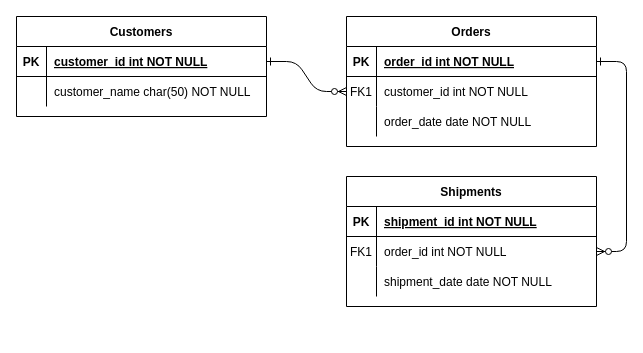
Above: Untitled Diagram.drawio in Daarmom/library-management-system-python (draw.io), before the change. Source tidied: cells renumbered, new cells numbered last; positions are measured from the earlier drawing's top-left corner, leaving out a move shared by most shapes. Both pictures are drawn from the tidied source at 100%, with x=0, y=0 at pixel (16, 16).
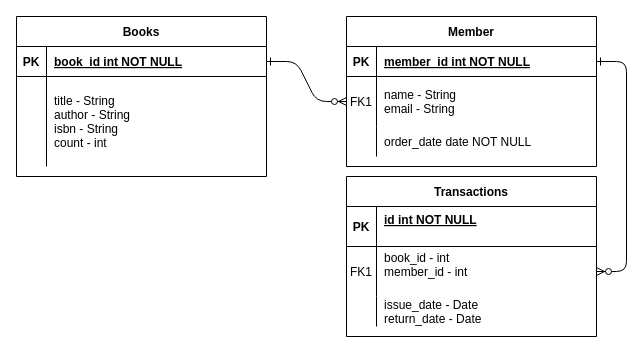
After the change.

Unchanged cells that the change refers to:
```xml
<mxCell id="5" style="shape=partialRectangle;fillColor=none;points=[[0,0.5],[1,0.5]];portConstraint=eastwest;top=0;left=0;right=0;bottom=1;" parent="4" vertex="1">
  <mxGeometry y="30" width="250" height="30" as="geometry" />
</mxCell>
<mxCell id="25" style="shape=partialRectangle;fillColor=none;points=[[0,0.5],[1,0.5]];portConstraint=eastwest;top=0;left=0;right=0;bottom=1;" parent="24" vertex="1">
  <mxGeometry y="30" width="250" height="30" as="geometry" />
</mxCell>
```

What changed in the source:
```diff
@@
-    <mxCell id="4" value="Orders" style="shape=table;startSize=30;childLayout=tableLayout;rowLines=0;fontStyle=1;align=center;" parent="1" vertex="1">
-      <mxGeometry x="330" width="250" height="130" as="geometry" />
+    <mxCell id="4" value="Member" style="shape=table;startSize=30;childLayout=tableLayout;rowLines=0;fontStyle=1;align=center;" parent="1" vertex="1">
+      <mxGeometry x="330" width="250" height="150" as="geometry" />
     </mxCell>
@@
-    <mxCell id="7" value="order_id int NOT NULL " style="shape=partialRectangle;overflow=hidden;fillColor=none;top=0;left=0;bottom=0;right=0;align=left;spacingLeft=6;fontStyle=5;" parent="5" vertex="1">
+    <mxCell id="7" value="member_id int NOT NULL " style="shape=partialRectangle;overflow=hidden;fillColor=none;top=0;left=0;bottom=0;right=0;align=left;spacingLeft=6;fontStyle=5;" parent="5" vertex="1">
       <mxGeometry x="30" width="220" height="30" as="geometry" />
     </mxCell>
     <mxCell id="8" style="shape=partialRectangle;fillColor=none;points=[[0,0.5],[1,0.5]];portConstraint=eastwest;top=0;left=0;right=0;bottom=0;" parent="4" vertex="1">
-      <mxGeometry y="60" width="250" height="30" as="geometry" />
+      <mxGeometry y="60" width="250" height="50" as="geometry" />
     </mxCell>
     <mxCell id="9" value="FK1" style="shape=partialRectangle;overflow=hidden;fillColor=none;top=0;left=0;bottom=0;right=0;" parent="8" vertex="1">
-      <mxGeometry width="30" height="30" as="geometry" />
+      <mxGeometry width="30" height="50" as="geometry" />
     </mxCell>
-    <mxCell id="10" value="customer_id int NOT NULL" style="shape=partialRectangle;overflow=hidden;fillColor=none;top=0;left=0;bottom=0;right=0;align=left;spacingLeft=6;" parent="8" vertex="1">
-      <mxGeometry x="30" width="220" height="30" as="geometry" />
+    <mxCell id="10" value="name - String&#10;email - String" style="shape=partialRectangle;overflow=hidden;fillColor=none;top=0;left=0;bottom=0;right=0;align=left;spacingLeft=6;" parent="8" vertex="1">
+      <mxGeometry x="30" width="220" height="50" as="geometry" />
     </mxCell>
     <mxCell id="11" style="shape=partialRectangle;fillColor=none;top=0;left=0;right=0;bottom=0;" parent="4" vertex="1">
-      <mxGeometry y="90" width="250" height="30" as="geometry" />
+      <mxGeometry y="110" width="250" height="30" as="geometry" />
     </mxCell>
@@
-    <mxCell id="14" value="Shipments" style="shape=table;startSize=30;childLayout=tableLayout;rowLines=0;fontStyle=1;align=center;" parent="1" vertex="1">
-      <mxGeometry x="330" y="160" width="250" height="130" as="geometry" />
+    <mxCell id="14" value="Transactions" style="shape=table;startSize=30;childLayout=tableLayout;rowLines=0;fontStyle=1;align=center;" parent="1" vertex="1">
+      <mxGeometry x="330" y="160" width="250" height="160" as="geometry" />
     </mxCell>
     <mxCell id="15" style="shape=partialRectangle;fillColor=none;top=0;left=0;right=0;bottom=1;" parent="14" vertex="1">
-      <mxGeometry y="30" width="250" height="30" as="geometry" />
+      <mxGeometry y="30" width="250" height="40" as="geometry" />
     </mxCell>
     <mxCell id="16" value="PK" style="shape=partialRectangle;overflow=hidden;fillColor=none;top=0;left=0;bottom=0;right=0;fontStyle=1;" parent="15" vertex="1">
-      <mxGeometry width="30" height="30" as="geometry" />
+      <mxGeometry width="30" height="40" as="geometry" />
     </mxCell>
-    <mxCell id="17" value="shipment_id int NOT NULL " style="shape=partialRectangle;overflow=hidden;fillColor=none;top=0;left=0;bottom=0;right=0;align=left;spacingLeft=6;fontStyle=5;" parent="15" vertex="1">
-      <mxGeometry x="30" width="220" height="30" as="geometry" />
+    <mxCell id="17" value="id int NOT NULL&#10;" style="shape=partialRectangle;overflow=hidden;fillColor=none;top=0;left=0;bottom=0;right=0;align=left;spacingLeft=6;fontStyle=5;" parent="15" vertex="1">
+      <mxGeometry x="30" width="220" height="40" as="geometry" />
     </mxCell>
     <mxCell id="18" style="shape=partialRectangle;fillColor=none;points=[[0,0.5],[1,0.5]];portConstraint=eastwest;top=0;left=0;right=0;bottom=0;" parent="14" vertex="1">
-      <mxGeometry y="60" width="250" height="30" as="geometry" />
+      <mxGeometry y="70" width="250" height="50" as="geometry" />
     </mxCell>
     <mxCell id="19" value="FK1" style="shape=partialRectangle;overflow=hidden;fillColor=none;top=0;left=0;bottom=0;right=0;" parent="18" vertex="1">
-      <mxGeometry width="30" height="30" as="geometry" />
+      <mxGeometry width="30" height="50" as="geometry" />
     </mxCell>
-    <mxCell id="20" value="order_id int NOT NULL" style="shape=partialRectangle;overflow=hidden;fillColor=none;top=0;left=0;bottom=0;right=0;align=left;spacingLeft=6;" parent="18" vertex="1">
-      <mxGeometry x="30" width="220" height="30" as="geometry" />
+    <mxCell id="20" value="book_id - int&#10;member_id - int&#10;" style="shape=partialRectangle;overflow=hidden;fillColor=none;top=0;left=0;bottom=0;right=0;align=left;spacingLeft=6;" parent="18" vertex="1">
+      <mxGeometry x="30" width="220" height="50" as="geometry" />
     </mxCell>
     <mxCell id="21" style="shape=partialRectangle;fillColor=none;top=0;left=0;right=0;bottom=0;" parent="14" vertex="1">
-      <mxGeometry y="90" width="250" height="30" as="geometry" />
+      <mxGeometry y="120" width="250" height="30" as="geometry" />
     </mxCell>
@@
-    <mxCell id="23" value="shipment_date date NOT NULL" style="shape=partialRectangle;overflow=hidden;fillColor=none;top=0;left=0;bottom=0;right=0;align=left;spacingLeft=6;" parent="21" vertex="1">
+    <mxCell id="23" value="issue_date - Date&#10;return_date - Date" style="shape=partialRectangle;overflow=hidden;fillColor=none;top=0;left=0;bottom=0;right=0;align=left;spacingLeft=6;" parent="21" vertex="1">
       <mxGeometry x="30" width="220" height="30" as="geometry" />
     </mxCell>
-    <mxCell id="24" value="Customers" style="shape=table;startSize=30;childLayout=tableLayout;rowLines=0;fontStyle=1;align=center;" parent="1" vertex="1">
-      <mxGeometry width="250" height="100" as="geometry" />
+    <mxCell id="24" value="Books" style="shape=table;startSize=30;childLayout=tableLayout;rowLines=0;fontStyle=1;align=center;" parent="1" vertex="1">
+      <mxGeometry width="250" height="160" as="geometry" />
     </mxCell>
@@
-    <mxCell id="27" value="customer_id int NOT NULL " style="shape=partialRectangle;overflow=hidden;fillColor=none;top=0;left=0;bottom=0;right=0;align=left;spacingLeft=6;fontStyle=5;" parent="25" vertex="1">
+    <mxCell id="27" value="book_id int NOT NULL " style="shape=partialRectangle;overflow=hidden;fillColor=none;top=0;left=0;bottom=0;right=0;align=left;spacingLeft=6;fontStyle=5;" parent="25" vertex="1">
       <mxGeometry x="30" width="220" height="30" as="geometry" />
     </mxCell>
     <mxCell id="28" style="shape=partialRectangle;fillColor=none;top=0;left=0;right=0;bottom=0;" parent="24" vertex="1">
-      <mxGeometry y="60" width="250" height="30" as="geometry" />
+      <mxGeometry y="60" width="250" height="90" as="geometry" />
     </mxCell>
     <mxCell id="29" style="shape=partialRectangle;overflow=hidden;fillColor=none;top=0;left=0;bottom=0;right=0;" parent="28" vertex="1">
-      <mxGeometry width="30" height="30" as="geometry" />
+      <mxGeometry width="30" height="90" as="geometry" />
     </mxCell>
-    <mxCell id="30" value="customer_name char(50) NOT NULL" style="shape=partialRectangle;overflow=hidden;fillColor=none;top=0;left=0;bottom=0;right=0;align=left;spacingLeft=6;" parent="28" vertex="1">
-      <mxGeometry x="30" width="220" height="30" as="geometry" />
+    <mxCell id="30" value="title - String&#10;author - String&#10;isbn - String&#10;count - int" style="shape=partialRectangle;overflow=hidden;fillColor=none;top=0;left=0;bottom=0;right=0;align=left;spacingLeft=6;" parent="28" vertex="1">
+      <mxGeometry x="30" width="220" height="90" as="geometry" />
     </mxCell>
```
